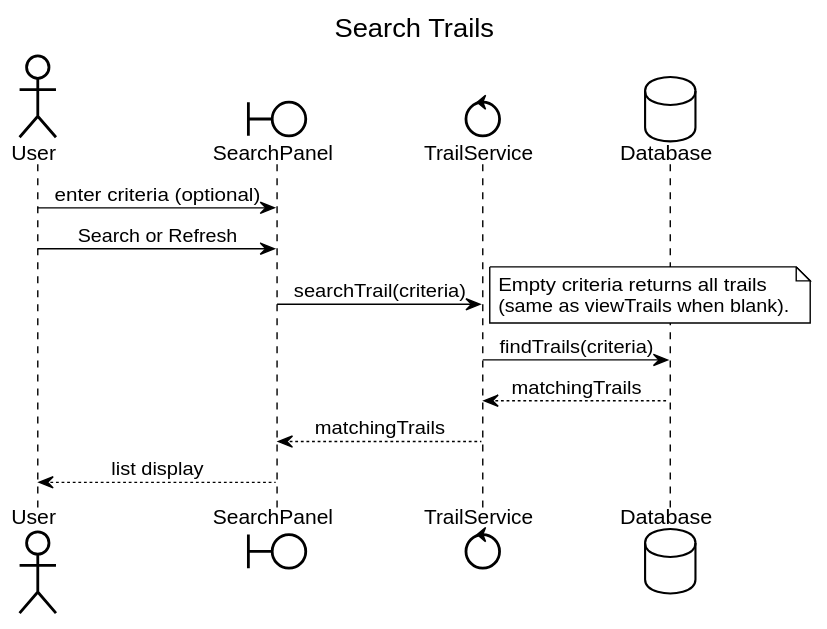
Earlier version of the PlantUML export uml-diagrams/svg/sequence/searchTrails.svg (milelime/Wildlife-Explorer).
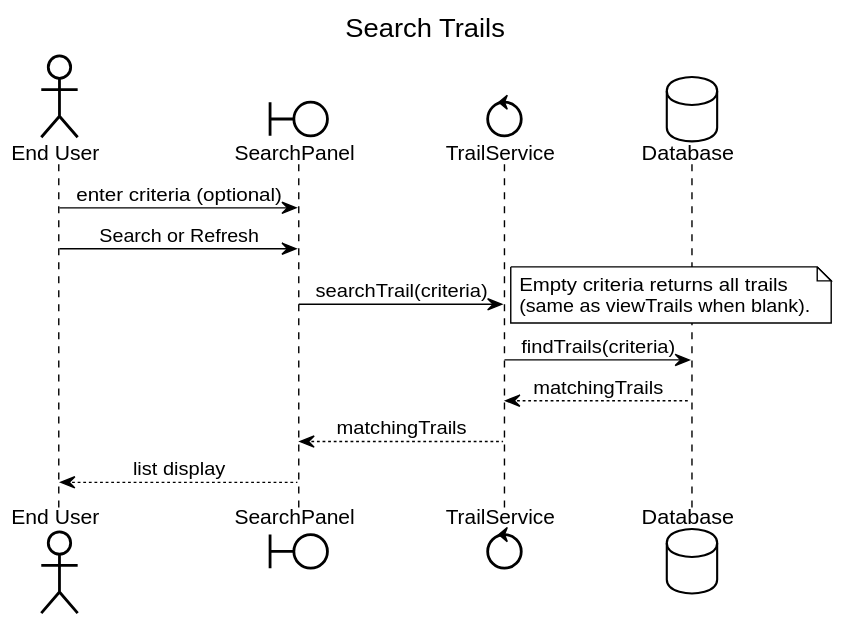
After the commit.

Change to the diagram source:
```diff
@@ -72,13 +72,13 @@
 
 title Search Trails
 
-actor User
+actor "End User" as EU
 boundary SearchPanel
 control TrailService
 database Database
 
-User -> SearchPanel : enter criteria (optional)
-User -> SearchPanel : Search or Refresh
+EU -> SearchPanel : enter criteria (optional)
+EU -> SearchPanel : Search or Refresh
 
 SearchPanel -> TrailService : searchTrail(criteria)
 note right
@@ -90,6 +90,6 @@
 Database --> TrailService : matchingTrails
 TrailService --> SearchPanel : matchingTrails
 
-SearchPanel --> User : list display
+SearchPanel --> EU : list display
 
 @enduml
```
